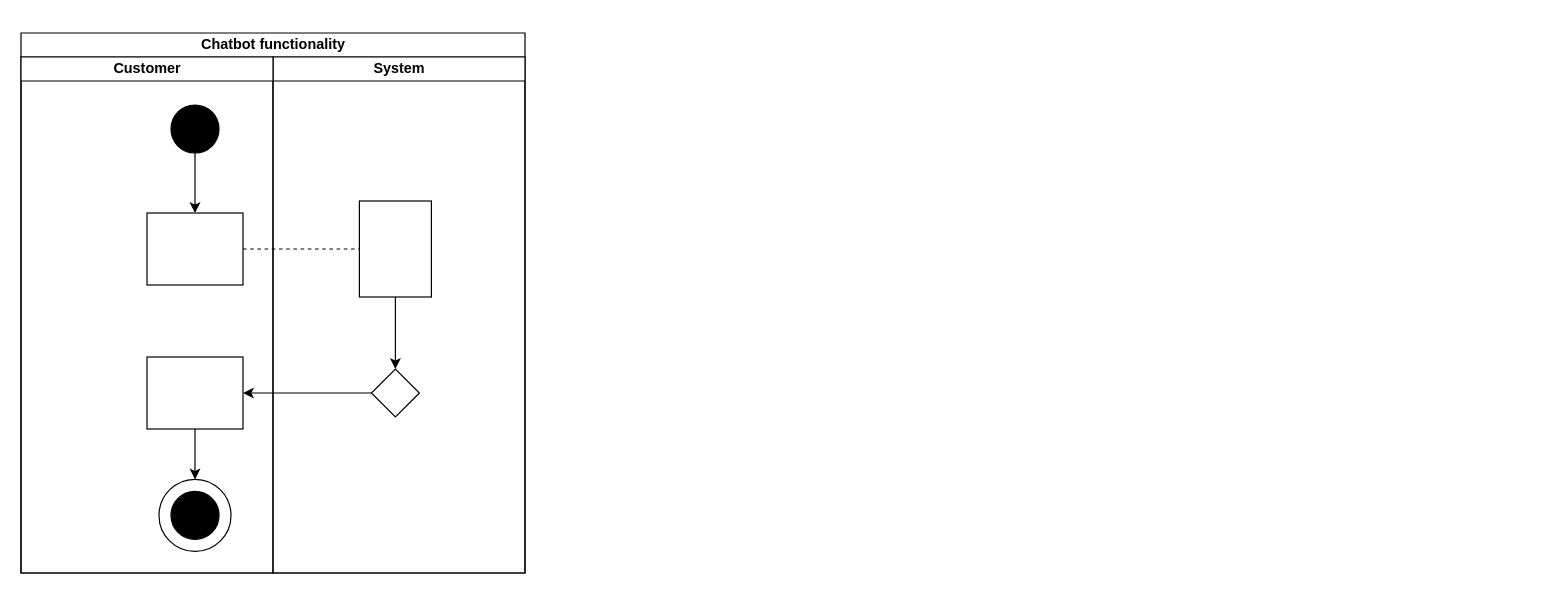
Before: page "ISWE - Case Activity Diagram" (1 of 3) of Untitled Diagram.drawio in AngJianming/Swiss-Garden-Hotel-web-app, a draw.io diagram. Source tidied: cells renumbered, new cells numbered last; positions are measured from the earlier drawing's top-left corner, leaving out a move shared by most shapes. Both pictures are drawn from the tidied source at 120%, with x=0, y=0 at pixel (-112, 50).
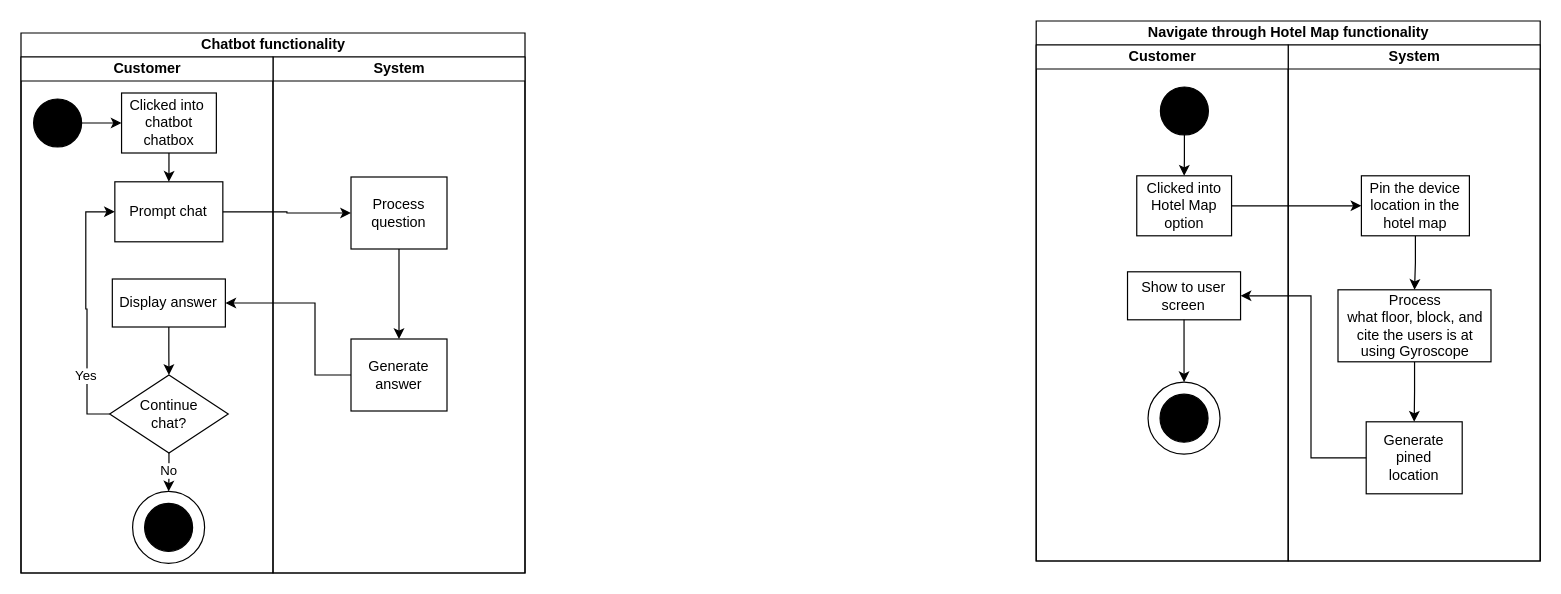
Above is the later version.

Unchanged cells that the change refers to:
```xml
<mxCell id="3" value="System" style="swimlane;html=1;startSize=20;horizontal=0;rotation=90;" parent="1" vertex="1">
  <mxGeometry x="210" y="115" width="430" height="210" as="geometry" />
</mxCell>
<mxCell id="9" value="Customer" style="swimlane;html=1;startSize=20;horizontal=0;rotation=90;" parent="1" vertex="1">
  <mxGeometry y="115" width="430" height="210" as="geometry" />
</mxCell>
<mxCell id="15" style="ellipse;whiteSpace=wrap;html=1;" parent="14" vertex="1">
  <mxGeometry width="60" height="60" as="geometry" />
</mxCell>
```

What changed in the source:
```diff
@@
-    <mxCell id="4" style="edgeStyle=orthogonalEdgeStyle;rounded=0;jettySize=auto;html=1;endArrow=classic;endFill=1;" parent="3" edge="1" source="5" target="6">
-      <mxGeometry relative="1" as="geometry" />
-    </mxCell>
+    <mxCell id="18" style="edgeStyle=orthogonalEdgeStyle;rounded=0;jettySize=auto;html=1;" parent="3" edge="1" source="5" target="19">
+      <mxGeometry relative="1" as="geometry" />
+    </mxCell>
-    <mxCell id="5" style="rounded=0;whiteSpace=wrap;html=1;fontFamily=Helvetica;fontSize=12;fontColor=#000000;align=center;rotation=90;" parent="3" vertex="1">
-      <mxGeometry x="172" y="20" width="80" height="60" as="geometry" />
+    <mxCell id="5" value="Process question" style="rounded=0;whiteSpace=wrap;html=1;fontFamily=Helvetica;fontSize=12;fontColor=#000000;align=center;rotation=0;" parent="3" vertex="1">
+      <mxGeometry x="175" y="-10" width="80" height="60" as="geometry" />
     </mxCell>
-    <mxCell id="6" style="rhombus;whiteSpace=wrap;html=1;fontFamily=Helvetica;fontSize=12;fontColor=#000000;align=center;rotation=90;" parent="3" vertex="1">
-      <mxGeometry x="192" y="150" width="40" height="40" as="geometry" />
-    </mxCell>
-    <mxCell id="7" style="edgeStyle=orthogonalEdgeStyle;rounded=0;jettySize=auto;html=1;dashed=1;endArrow=none;endFill=0;" parent="1" edge="1" source="12" target="5">
-      <mxGeometry relative="1" as="geometry" />
-    </mxCell>
-    <mxCell id="8" style="edgeStyle=orthogonalEdgeStyle;rounded=0;jettySize=auto;html=1;endArrow=classic;endFill=1;" parent="1" edge="1" source="6" target="13">
-      <mxGeometry relative="1" as="geometry" />
-    </mxCell>
+    <mxCell id="19" value="Generate&lt;div&gt;answer&lt;/div&gt;" style="rounded=0;whiteSpace=wrap;html=1;fontFamily=Helvetica;fontSize=12;fontColor=#000000;align=center;rotation=0;" parent="3" vertex="1">
+      <mxGeometry x="175" y="125" width="80" height="60" as="geometry" />
+    </mxCell>
@@
-    <mxCell id="10" style="edgeStyle=orthogonalEdgeStyle;rounded=0;jettySize=auto;html=1;" parent="9" edge="1" source="11" target="12">
-      <mxGeometry relative="1" as="geometry" />
-    </mxCell>
+    <mxCell id="20" style="edgeStyle=orthogonalEdgeStyle;rounded=0;jettySize=auto;html=1;" parent="9" edge="1" source="11" target="23">
+      <mxGeometry relative="1" as="geometry" />
+    </mxCell>
     <mxCell id="11" style="ellipse;whiteSpace=wrap;html=1;rotation=0;fillColor=#000000;" parent="9" vertex="1">
-      <mxGeometry x="235" y="-70" width="40" height="40" as="geometry" />
+      <mxGeometry x="120.5" y="-75" width="40" height="40" as="geometry" />
     </mxCell>
-    <mxCell id="12" style="rounded=0;whiteSpace=wrap;html=1;fontFamily=Helvetica;fontSize=12;fontColor=#000000;align=center;rotation=0;" parent="9" vertex="1">
-      <mxGeometry x="215" y="20" width="80" height="60" as="geometry" />
+    <mxCell id="12" value="Prompt chat" style="rounded=0;whiteSpace=wrap;html=1;fontFamily=Helvetica;fontSize=12;fontColor=#000000;align=center;rotation=0;" parent="9" vertex="1">
+      <mxGeometry x="188.2" y="-6" width="90" height="50" as="geometry" />
     </mxCell>
+    <mxCell id="21" style="edgeStyle=orthogonalEdgeStyle;rounded=0;jettySize=auto;html=1;" parent="9" edge="1" source="13" target="26">
+      <mxGeometry relative="1" as="geometry" />
+    </mxCell>
-    <mxCell id="13" style="rounded=0;whiteSpace=wrap;html=1;fontFamily=Helvetica;fontSize=12;fontColor=#000000;align=center;rotation=0;" parent="9" vertex="1">
-      <mxGeometry x="215" y="140" width="80" height="60" as="geometry" />
+    <mxCell id="13" value="Display answer" style="rounded=0;whiteSpace=wrap;html=1;fontFamily=Helvetica;fontSize=12;fontColor=#000000;align=center;rotation=0;" parent="9" vertex="1">
+      <mxGeometry x="186.1" y="75" width="94.2" height="40" as="geometry" />
     </mxCell>
+    <mxCell id="22" style="edgeStyle=orthogonalEdgeStyle;rounded=0;jettySize=auto;html=1;" parent="9" edge="1" source="23" target="12">
+      <mxGeometry relative="1" as="geometry" />
+    </mxCell>
+    <mxCell id="23" value="Clicked into&amp;nbsp;&lt;div&gt;chatbot chatbox&lt;/div&gt;" style="rounded=0;whiteSpace=wrap;html=1;fontFamily=Helvetica;fontSize=12;fontColor=#000000;align=center;rotation=0;" parent="9" vertex="1">
+      <mxGeometry x="193.8" y="-80" width="79" height="50" as="geometry" />
+    </mxCell>
+    <mxCell id="24" style="edgeStyle=orthogonalEdgeStyle;rounded=0;jettySize=auto;html=1;entryX=0;entryY=0.5;entryDx=0;entryDy=0;" parent="9" edge="1" source="26" target="12">
+      <mxGeometry relative="1" as="geometry">
+        <Array as="points">
+          <mxPoint x="165" y="188" />
+          <mxPoint x="165" y="100" />
+          <mxPoint x="164" y="100" />
+          <mxPoint x="164" y="19" />
+        </Array>
+      </mxGeometry>
+    </mxCell>
+    <mxCell id="25" value="Yes" style="edgeLabel;html=1;align=center;verticalAlign=middle;" parent="24" vertex="1">
+      <mxGeometry x="-0.52" y="2" relative="1" as="geometry" />
+    </mxCell>
+    <mxCell id="26" value="Continue&lt;div&gt;chat?&lt;/div&gt;" style="rhombus;whiteSpace=wrap;html=1;" parent="9" vertex="1">
+      <mxGeometry x="183.9" y="155" width="98.8" height="65" as="geometry" />
+    </mxCell>
     <mxCell id="14" style="group;" parent="1" vertex="1">
-      <mxGeometry x="225" y="357" width="60" height="60" as="geometry" />
+      <mxGeometry x="203" y="367" width="60" height="60" as="geometry" />
     </mxCell>
@@
-    <mxCell id="17" style="edgeStyle=orthogonalEdgeStyle;rounded=0;jettySize=auto;html=1;entryX=0.5;entryY=0;entryDx=0;entryDy=0;" parent="1" edge="1" source="13" target="15">
-      <mxGeometry relative="1" as="geometry" />
-    </mxCell>
+    <mxCell id="7" style="edgeStyle=orthogonalEdgeStyle;rounded=0;jettySize=auto;html=1;" parent="1" edge="1" source="12" target="5">
+      <mxGeometry relative="1" as="geometry" />
+    </mxCell>
+    <mxCell id="27" style="edgeStyle=orthogonalEdgeStyle;rounded=0;jettySize=auto;html=1;entryX=0.5;entryY=0;entryDx=0;entryDy=0;" parent="1" edge="1" source="26" target="15">
+      <mxGeometry relative="1" as="geometry" />
+    </mxCell>
+    <mxCell id="28" value="No" style="edgeLabel;html=1;align=center;verticalAlign=middle;" parent="27" vertex="1">
+      <mxGeometry x="-0.28" y="-1" relative="1" as="geometry">
+        <mxPoint y="2" as="offset" />
+      </mxGeometry>
+    </mxCell>
+    <mxCell id="29" style="edgeStyle=orthogonalEdgeStyle;rounded=0;jettySize=auto;html=1;entryX=1;entryY=0.5;entryDx=0;entryDy=0;" parent="1" edge="1" source="19" target="13">
+      <mxGeometry relative="1" as="geometry">
+        <Array as="points">
+          <mxPoint x="355" y="270" />
+          <mxPoint x="355" y="210" />
+        </Array>
+      </mxGeometry>
+    </mxCell>
+    <mxCell id="30" value="Navigate through Hotel Map functionality" style="swimlane;html=1;horizontal=0;startSize=20;rotation=90;" parent="1" vertex="1">
+      <mxGeometry x="941" y="-10" width="450" height="420" as="geometry" />
+    </mxCell>
+    <mxCell id="31" value="System" style="swimlane;html=1;startSize=20;horizontal=0;rotation=90;" parent="1" vertex="1">
+      <mxGeometry x="1056" y="105" width="430" height="210" as="geometry" />
+    </mxCell>
+    <mxCell id="32" style="edgeStyle=orthogonalEdgeStyle;rounded=0;jettySize=auto;html=1;" parent="31" edge="1" source="33" target="34">
+      <mxGeometry relative="1" as="geometry" />
+    </mxCell>
+    <mxCell id="33" value="Process&lt;div&gt;what floor, block, and cite the users is at using Gyroscope&lt;/div&gt;" style="rounded=0;whiteSpace=wrap;html=1;fontFamily=Helvetica;fontSize=12;fontColor=#000000;align=center;rotation=0;" parent="31" vertex="1">
+      <mxGeometry x="151.5" y="94" width="127.5" height="60" as="geometry" />
+    </mxCell>
+    <mxCell id="34" value="Generate pined&lt;div&gt;location&lt;/div&gt;" style="rounded=0;whiteSpace=wrap;html=1;fontFamily=Helvetica;fontSize=12;fontColor=#000000;align=center;rotation=0;" parent="31" vertex="1">
+      <mxGeometry x="175" y="204" width="80" height="60" as="geometry" />
+    </mxCell>
+    <mxCell id="35" value="Customer" style="swimlane;html=1;startSize=20;horizontal=0;rotation=90;" parent="1" vertex="1">
+      <mxGeometry x="846" y="105" width="430" height="210" as="geometry" />
+    </mxCell>
+    <mxCell id="36" style="edgeStyle=orthogonalEdgeStyle;rounded=0;jettySize=auto;html=1;" parent="35" edge="1" source="37" target="39">
+      <mxGeometry relative="1" as="geometry" />
+    </mxCell>
+    <mxCell id="37" style="ellipse;whiteSpace=wrap;html=1;rotation=0;fillColor=#000000;" parent="35" vertex="1">
+      <mxGeometry x="213.5" y="-75" width="40" height="40" as="geometry" />
+    </mxCell>
+    <mxCell id="38" value="Show to user&lt;div&gt;screen&lt;/div&gt;" style="rounded=0;whiteSpace=wrap;html=1;fontFamily=Helvetica;fontSize=12;fontColor=#000000;align=center;rotation=0;" parent="35" vertex="1">
+      <mxGeometry x="186.1" y="79" width="94.2" height="40" as="geometry" />
+    </mxCell>
+    <mxCell id="39" value="Clicked into&lt;div&gt;Hotel Map&lt;/div&gt;&lt;div&gt;option&lt;/div&gt;" style="rounded=0;whiteSpace=wrap;html=1;fontFamily=Helvetica;fontSize=12;fontColor=#000000;align=center;rotation=0;" parent="35" vertex="1">
+      <mxGeometry x="193.8" y="-1" width="79" height="50" as="geometry" />
+    </mxCell>
+    <mxCell id="40" style="group;" parent="35" vertex="1">
+      <mxGeometry x="203.2" y="171" width="60" height="60" as="geometry" />
+    </mxCell>
+    <mxCell id="41" style="ellipse;whiteSpace=wrap;html=1;" parent="40" vertex="1">
+      <mxGeometry width="60" height="60" as="geometry" />
+    </mxCell>
+    <mxCell id="42" style="ellipse;whiteSpace=wrap;html=1;rotation=0;fillColor=#000000;" parent="40" vertex="1">
+      <mxGeometry x="10" y="10" width="40" height="40" as="geometry" />
+    </mxCell>
+    <mxCell id="43" style="edgeStyle=orthogonalEdgeStyle;rounded=0;jettySize=auto;html=1;entryX=0.5;entryY=0;entryDx=0;entryDy=0;" parent="35" edge="1" source="38" target="41">
+      <mxGeometry relative="1" as="geometry" />
+    </mxCell>
+    <mxCell id="44" style="edgeStyle=orthogonalEdgeStyle;rounded=0;jettySize=auto;html=1;" parent="1" edge="1" source="45" target="33">
+      <mxGeometry relative="1" as="geometry" />
+    </mxCell>
+    <mxCell id="45" value="Pin the device&lt;div&gt;location in the hotel map&lt;/div&gt;" style="rounded=0;whiteSpace=wrap;html=1;fontFamily=Helvetica;fontSize=12;fontColor=#000000;align=center;rotation=0;" parent="1" vertex="1">
+      <mxGeometry x="1227" y="104" width="90" height="50" as="geometry" />
+    </mxCell>
+    <mxCell id="46" style="edgeStyle=orthogonalEdgeStyle;rounded=0;jettySize=auto;html=1;" parent="1" edge="1" source="39" target="45">
+      <mxGeometry relative="1" as="geometry" />
+    </mxCell>
+    <mxCell id="47" style="edgeStyle=orthogonalEdgeStyle;rounded=0;jettySize=auto;html=1;" parent="1" edge="1" source="34" target="38">
+      <mxGeometry relative="1" as="geometry">
+        <Array as="points">
+          <mxPoint x="1185" y="339" />
+          <mxPoint x="1185" y="204" />
+        </Array>
+      </mxGeometry>
+    </mxCell>
```
